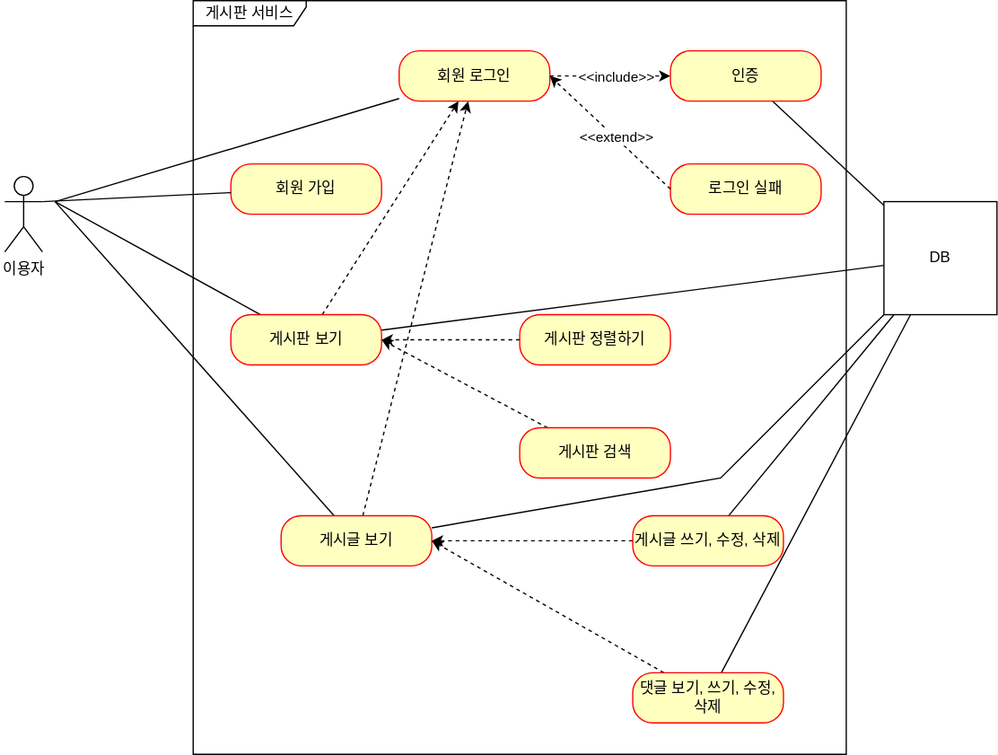
The draw.io diagram document/use-case.svg in keaunsolNa/fast-campus-project-board, before a commit. Source tidied: cells renumbered, new cells last; positions are measured from the earlier drawing's top-left corner, leaving out a move shared by most shapes.
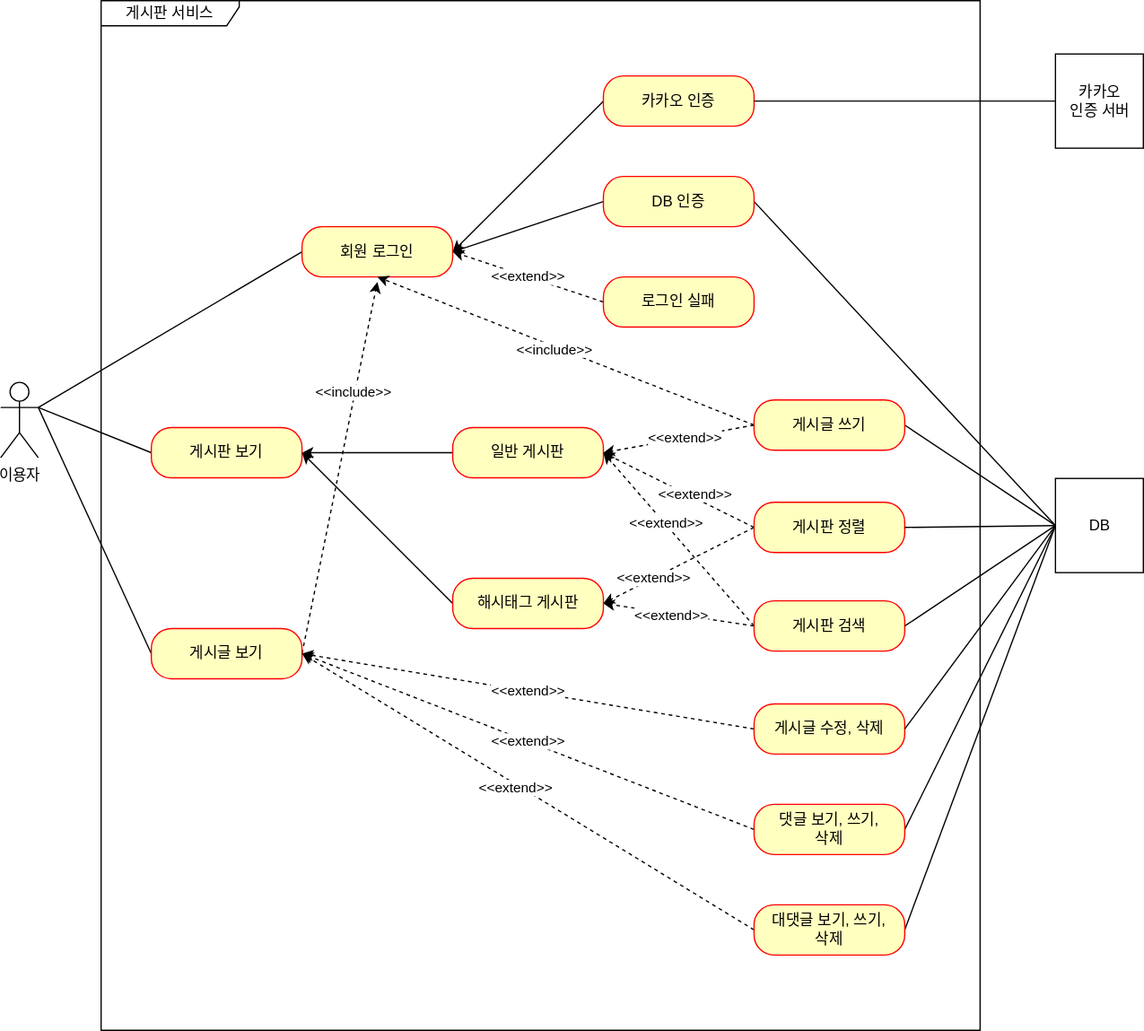
After the change.

Diff of the diagram source:
```diff
@@ -3,110 +3,176 @@
     <mxCell id="0" />
     <mxCell id="1" parent="0" />
     <mxCell id="2" value="이용자" style="shape=umlActor;verticalLabelPosition=bottom;verticalAlign=top;html=1;" parent="1" vertex="1">
-      <mxGeometry y="140" width="30" height="60" as="geometry" />
+      <mxGeometry x="20" y="374" width="30" height="60" as="geometry" />
     </mxCell>
-    <mxCell id="3" value="게시판 서비스" style="shape=umlFrame;whiteSpace=wrap;html=1;width=90;height=20;" parent="1" vertex="1">
-      <mxGeometry x="150" width="520" height="600" as="geometry" />
+    <mxCell id="3" value="게시판 서비스" style="shape=umlFrame;whiteSpace=wrap;html=1;width=110;height=20;" parent="1" vertex="1">
+      <mxGeometry x="100" y="70" width="700" height="820" as="geometry" />
     </mxCell>
-    <mxCell id="4" value="회원 가입" style="rounded=1;whiteSpace=wrap;html=1;arcSize=40;fontColor=#000000;fillColor=#ffffc0;strokeColor=#ff0000;" parent="1" vertex="1">
-      <mxGeometry x="180" y="130" width="120" height="40" as="geometry" />
-    </mxCell>
-    <mxCell id="5" style="rounded=0;jettySize=auto;html=1;endArrow=none;endFill=0;" parent="1" edge="1" source="8">
-      <mxGeometry relative="1" as="geometry">
-        <mxPoint x="40" y="160" as="targetPoint" />
-      </mxGeometry>
-    </mxCell>
-    <mxCell id="6" style="rounded=0;jettySize=auto;html=1;dashed=1;" parent="1" edge="1" source="8" target="16">
-      <mxGeometry relative="1" as="geometry" />
-    </mxCell>
-    <mxCell id="7" style="rounded=0;jettySize=auto;html=1;endArrow=none;endFill=0;" parent="1" edge="1" source="8" target="33">
-      <mxGeometry relative="1" as="geometry" />
-    </mxCell>
+    <mxCell id="34" style="rounded=0;jettySize=auto;html=1;exitX=0;exitY=0.5;exitDx=0;exitDy=0;entryX=1;entryY=0.5;entryDx=0;entryDy=0;" parent="1" edge="1" source="35" target="8">
+      <mxGeometry relative="1" as="geometry" />
+    </mxCell>
+    <mxCell id="35" value="일반 게시판" style="rounded=1;whiteSpace=wrap;html=1;arcSize=40;fontColor=#000000;fillColor=#ffffc0;strokeColor=#ff0000;" parent="1" vertex="1">
+      <mxGeometry x="380" y="410" width="120" height="40" as="geometry" />
+    </mxCell>
+    <mxCell id="36" style="edgeStyle=none;rounded=0;jettySize=auto;html=1;exitX=0;exitY=0.5;exitDx=0;exitDy=0;entryX=1;entryY=0.3333333333333333;entryDx=0;entryDy=0;entryPerimeter=0;endArrow=none;endFill=0;" parent="1" edge="1" source="8" target="2">
+      <mxGeometry relative="1" as="geometry" />
+    </mxCell>
     <mxCell id="8" value="게시판 보기" style="rounded=1;whiteSpace=wrap;html=1;arcSize=40;fontColor=#000000;fillColor=#ffffc0;strokeColor=#ff0000;" parent="1" vertex="1">
-      <mxGeometry x="180" y="250" width="120" height="40" as="geometry" />
+      <mxGeometry x="140" y="410" width="120" height="40" as="geometry" />
     </mxCell>
-    <mxCell id="9" style="rounded=0;jettySize=auto;html=1;endArrow=none;endFill=0;" parent="1" edge="1" source="12">
-      <mxGeometry relative="1" as="geometry">
-        <mxPoint x="40" y="160" as="targetPoint" />
-      </mxGeometry>
-    </mxCell>
-    <mxCell id="10" style="rounded=0;jettySize=auto;html=1;dashed=1;" parent="1" edge="1" source="12" target="16">
-      <mxGeometry relative="1" as="geometry" />
-    </mxCell>
-    <mxCell id="11" style="rounded=0;jettySize=auto;html=1;endArrow=none;endFill=0;" parent="1" edge="1" source="12" target="33">
-      <mxGeometry relative="1" as="geometry">
-        <Array as="points">
-          <mxPoint x="570" y="380" />
-        </Array>
-      </mxGeometry>
-    </mxCell>
+    <mxCell id="37" style="edgeStyle=none;rounded=0;jettySize=auto;html=1;exitX=0;exitY=0.5;exitDx=0;exitDy=0;endArrow=none;endFill=0;" parent="1" edge="1" source="12">
+      <mxGeometry relative="1" as="geometry">
+        <mxPoint x="50" y="394" as="targetPoint" />
+      </mxGeometry>
+    </mxCell>
+    <mxCell id="38" style="edgeStyle=none;rounded=0;jettySize=auto;html=1;exitX=1;exitY=0.5;exitDx=0;exitDy=0;dashed=1;endArrow=classic;endFill=1;" parent="1" edge="1" source="12">
+      <mxGeometry relative="1" as="geometry">
+        <mxPoint x="320" y="294" as="targetPoint" />
+      </mxGeometry>
+    </mxCell>
+    <mxCell id="39" value="&amp;lt;&amp;lt;include&amp;gt;&amp;gt;" style="edgeLabel;html=1;align=center;verticalAlign=middle;" parent="38" vertex="1">
+      <mxGeometry x="0.41" y="2" relative="1" as="geometry" />
+    </mxCell>
     <mxCell id="12" value="게시글 보기" style="rounded=1;whiteSpace=wrap;html=1;arcSize=40;fontColor=#000000;fillColor=#ffffc0;strokeColor=#ff0000;" parent="1" vertex="1">
-      <mxGeometry x="220" y="410" width="120" height="40" as="geometry" />
+      <mxGeometry x="140" y="570" width="120" height="40" as="geometry" />
     </mxCell>
-    <mxCell id="13" style="rounded=0;jettySize=auto;html=1;endArrow=none;endFill=0;" parent="1" edge="1" source="16">
-      <mxGeometry relative="1" as="geometry">
-        <mxPoint x="40" y="160" as="targetPoint" />
-      </mxGeometry>
-    </mxCell>
-    <mxCell id="14" style="edgeStyle=orthogonalEdgeStyle;rounded=0;jettySize=auto;html=1;dashed=1;" parent="1" edge="1" source="16" target="18">
-      <mxGeometry relative="1" as="geometry" />
-    </mxCell>
-    <mxCell id="15" value="&amp;lt;&amp;lt;include&amp;gt;&amp;gt;" style="edgeLabel;html=1;align=center;verticalAlign=middle;" parent="14" vertex="1">
-      <mxGeometry x="0.07" relative="1" as="geometry" />
-    </mxCell>
+    <mxCell id="40" style="edgeStyle=none;rounded=0;jettySize=auto;html=1;exitX=0;exitY=0.5;exitDx=0;exitDy=0;endArrow=none;endFill=0;" parent="1" edge="1" source="16">
+      <mxGeometry relative="1" as="geometry">
+        <mxPoint x="50" y="394" as="targetPoint" />
+      </mxGeometry>
+    </mxCell>
     <mxCell id="16" value="회원 로그인" style="rounded=1;whiteSpace=wrap;html=1;arcSize=40;fontColor=#000000;fillColor=#ffffc0;strokeColor=#ff0000;" parent="1" vertex="1">
-      <mxGeometry x="314" y="40" width="120" height="40" as="geometry" />
+      <mxGeometry x="260" y="250" width="120" height="40" as="geometry" />
     </mxCell>
-    <mxCell id="17" style="rounded=0;jettySize=auto;html=1;endArrow=none;endFill=0;" parent="1" edge="1" source="18" target="33">
-      <mxGeometry relative="1" as="geometry" />
-    </mxCell>
-    <mxCell id="18" value="인증" style="rounded=1;whiteSpace=wrap;html=1;arcSize=40;fontColor=#000000;fillColor=#ffffc0;strokeColor=#ff0000;" parent="1" vertex="1">
-      <mxGeometry x="530" y="40" width="120" height="40" as="geometry" />
-    </mxCell>
+    <mxCell id="41" style="edgeStyle=none;rounded=0;jettySize=auto;html=1;exitX=1;exitY=0.5;exitDx=0;exitDy=0;entryX=0;entryY=0.5;entryDx=0;entryDy=0;endArrow=none;endFill=0;" parent="1" edge="1" source="43" target="33">
+      <mxGeometry relative="1" as="geometry" />
+    </mxCell>
+    <mxCell id="42" style="edgeStyle=none;rounded=0;jettySize=auto;html=1;exitX=0;exitY=0.5;exitDx=0;exitDy=0;entryX=1;entryY=0.5;entryDx=0;entryDy=0;endArrow=classic;endFill=1;" parent="1" edge="1" source="43" target="16">
+      <mxGeometry relative="1" as="geometry" />
+    </mxCell>
+    <mxCell id="43" value="DB 인증" style="rounded=1;whiteSpace=wrap;html=1;arcSize=40;fontColor=#000000;fillColor=#ffffc0;strokeColor=#ff0000;" parent="1" vertex="1">
+      <mxGeometry x="500" y="210" width="120" height="40" as="geometry" />
+    </mxCell>
+    <mxCell id="31" value="&amp;lt;&amp;lt;extend&amp;gt;&amp;gt;" style="edgeStyle=none;rounded=0;jettySize=auto;html=1;exitX=0;exitY=0.5;exitDx=0;exitDy=0;entryX=1;entryY=0.5;entryDx=0;entryDy=0;endArrow=classic;endFill=1;dashed=1;" parent="1" edge="1" source="19" target="16">
+      <mxGeometry relative="1" as="geometry" />
+    </mxCell>
     <mxCell id="19" value="로그인 실패" style="rounded=1;whiteSpace=wrap;html=1;arcSize=40;fontColor=#000000;fillColor=#ffffc0;strokeColor=#ff0000;" parent="1" vertex="1">
-      <mxGeometry x="530" y="130" width="120" height="40" as="geometry" />
+      <mxGeometry x="500" y="290" width="120" height="40" as="geometry" />
     </mxCell>
-    <mxCell id="20" style="rounded=0;jettySize=auto;html=1;dashed=1;" parent="1" edge="1" source="21" target="8">
-      <mxGeometry relative="1" as="geometry" />
-    </mxCell>
-    <mxCell id="21" value="게시판 정렬하기" style="rounded=1;whiteSpace=wrap;html=1;arcSize=40;fontColor=#000000;fillColor=#ffffc0;strokeColor=#ff0000;" parent="1" vertex="1">
-      <mxGeometry x="410" y="250" width="120" height="40" as="geometry" />
-    </mxCell>
-    <mxCell id="22" style="rounded=0;jettySize=auto;html=1;entryX=1;entryY=0.5;entryDx=0;entryDy=0;dashed=1;" parent="1" edge="1" source="23" target="8">
-      <mxGeometry relative="1" as="geometry" />
-    </mxCell>
+    <mxCell id="44" style="edgeStyle=none;rounded=0;jettySize=auto;html=1;exitX=0;exitY=0.5;exitDx=0;exitDy=0;entryX=1;entryY=0.5;entryDx=0;entryDy=0;dashed=1;endArrow=classic;endFill=1;" parent="1" edge="1" source="48" target="35">
+      <mxGeometry relative="1" as="geometry" />
+    </mxCell>
+    <mxCell id="45" value="&amp;lt;&amp;lt;extend&amp;gt;&amp;gt;" style="edgeLabel;html=1;align=center;verticalAlign=middle;" parent="44" vertex="1">
+      <mxGeometry x="-0.18" y="-3" relative="1" as="geometry" />
+    </mxCell>
+    <mxCell id="46" style="edgeStyle=none;rounded=0;jettySize=auto;html=1;exitX=0;exitY=0.5;exitDx=0;exitDy=0;entryX=1;entryY=0.5;entryDx=0;entryDy=0;dashed=1;" parent="1" edge="1" source="48" target="64">
+      <mxGeometry relative="1" as="geometry" />
+    </mxCell>
+    <mxCell id="47" value="&amp;lt;&amp;lt;extend&amp;gt;&amp;gt;" style="edgeLabel;html=1;align=center;verticalAlign=middle;" parent="46" vertex="1">
+      <mxGeometry x="0.33" relative="1" as="geometry">
+        <mxPoint x="-1" as="offset" />
+      </mxGeometry>
+    </mxCell>
+    <mxCell id="48" value="게시판 정렬" style="rounded=1;whiteSpace=wrap;html=1;arcSize=40;fontColor=#000000;fillColor=#ffffc0;strokeColor=#ff0000;" parent="1" vertex="1">
+      <mxGeometry x="620" y="469.5" width="120" height="40" as="geometry" />
+    </mxCell>
+    <mxCell id="49" style="edgeStyle=none;rounded=0;jettySize=auto;html=1;exitX=0;exitY=0.5;exitDx=0;exitDy=0;dashed=1;endArrow=classic;endFill=1;entryX=1;entryY=0.5;entryDx=0;entryDy=0;" parent="1" edge="1" source="23" target="35">
+      <mxGeometry relative="1" as="geometry" />
+    </mxCell>
+    <mxCell id="50" value="&amp;lt;&amp;lt;extend&amp;gt;&amp;gt;" style="edgeLabel;html=1;align=center;verticalAlign=middle;" parent="49" vertex="1">
+      <mxGeometry x="0.18" y="-1" relative="1" as="geometry" />
+    </mxCell>
+    <mxCell id="51" style="edgeStyle=none;rounded=0;jettySize=auto;html=1;exitX=0;exitY=0.5;exitDx=0;exitDy=0;entryX=1;entryY=0.5;entryDx=0;entryDy=0;dashed=1;" parent="1" edge="1" source="23" target="64">
+      <mxGeometry relative="1" as="geometry" />
+    </mxCell>
+    <mxCell id="52" value="&amp;lt;&amp;lt;extend&amp;gt;&amp;gt;" style="edgeLabel;html=1;align=center;verticalAlign=middle;" parent="51" vertex="1">
+      <mxGeometry x="0.11" y="2" relative="1" as="geometry">
+        <mxPoint x="1" as="offset" />
+      </mxGeometry>
+    </mxCell>
     <mxCell id="23" value="게시판 검색" style="rounded=1;whiteSpace=wrap;html=1;arcSize=40;fontColor=#000000;fillColor=#ffffc0;strokeColor=#ff0000;" parent="1" vertex="1">
-      <mxGeometry x="410" y="340" width="120" height="40" as="geometry" />
+      <mxGeometry x="620" y="548" width="120" height="40" as="geometry" />
     </mxCell>
-    <mxCell id="24" style="rounded=0;jettySize=auto;html=1;entryX=1;entryY=0.5;entryDx=0;entryDy=0;dashed=1;" parent="1" edge="1" source="26" target="12">
-      <mxGeometry relative="1" as="geometry" />
-    </mxCell>
-    <mxCell id="25" style="rounded=0;jettySize=auto;html=1;endArrow=none;endFill=0;" parent="1" edge="1" source="26" target="33">
-      <mxGeometry relative="1" as="geometry" />
-    </mxCell>
-    <mxCell id="26" value="게시글 쓰기, 수정, 삭제" style="rounded=1;whiteSpace=wrap;html=1;arcSize=40;fontColor=#000000;fillColor=#ffffc0;strokeColor=#ff0000;" parent="1" vertex="1">
-      <mxGeometry x="500" y="410" width="120" height="40" as="geometry" />
-    </mxCell>
-    <mxCell id="27" style="rounded=0;jettySize=auto;html=1;entryX=1;entryY=0.5;entryDx=0;entryDy=0;dashed=1;" parent="1" edge="1" source="29" target="12">
-      <mxGeometry relative="1" as="geometry" />
-    </mxCell>
-    <mxCell id="28" style="rounded=0;jettySize=auto;html=1;endArrow=none;endFill=0;" parent="1" edge="1" source="29" target="33">
-      <mxGeometry relative="1" as="geometry" />
-    </mxCell>
-    <mxCell id="29" value="댓글 보기, 쓰기, 수정, 삭제" style="rounded=1;whiteSpace=wrap;html=1;arcSize=40;fontColor=#000000;fillColor=#ffffc0;strokeColor=#ff0000;" parent="1" vertex="1">
-      <mxGeometry x="500" y="535" width="120" height="40" as="geometry" />
-    </mxCell>
-    <mxCell id="30" style="rounded=0;jettySize=auto;html=1;entryX=1;entryY=0.3333333333333333;entryDx=0;entryDy=0;entryPerimeter=0;endArrow=none;endFill=0;" parent="1" edge="1" source="4" target="2">
-      <mxGeometry relative="1" as="geometry" />
-    </mxCell>
-    <mxCell id="31" style="rounded=0;jettySize=auto;html=1;entryX=1;entryY=0.5;entryDx=0;entryDy=0;endArrow=classic;endFill=1;exitX=0;exitY=0.5;exitDx=0;exitDy=0;dashed=1;" parent="1" edge="1" source="19" target="16">
-      <mxGeometry relative="1" as="geometry" />
-    </mxCell>
-    <mxCell id="32" value="&amp;lt;&amp;lt;extend&amp;gt;&amp;gt;" style="edgeLabel;html=1;align=center;verticalAlign=middle;" parent="31" vertex="1">
-      <mxGeometry x="-0.08" y="-1" relative="1" as="geometry" />
-    </mxCell>
+    <mxCell id="53" value="&amp;lt;&amp;lt;extend&amp;gt;&amp;gt;" style="edgeStyle=none;rounded=0;jettySize=auto;html=1;exitX=0;exitY=0.5;exitDx=0;exitDy=0;entryX=1;entryY=0.5;entryDx=0;entryDy=0;dashed=1;endArrow=classic;endFill=1;" parent="1" edge="1" source="54" target="12">
+      <mxGeometry relative="1" as="geometry" />
+    </mxCell>
+    <mxCell id="54" value="게시글 수정, 삭제" style="rounded=1;whiteSpace=wrap;html=1;arcSize=40;fontColor=#000000;fillColor=#ffffc0;strokeColor=#ff0000;" parent="1" vertex="1">
+      <mxGeometry x="620" y="630" width="120" height="40" as="geometry" />
+    </mxCell>
+    <mxCell id="55" style="edgeStyle=none;rounded=0;jettySize=auto;html=1;exitX=0;exitY=0.5;exitDx=0;exitDy=0;dashed=1;endArrow=classic;endFill=1;entryX=1;entryY=0.5;entryDx=0;entryDy=0;" parent="1" edge="1" source="58" target="12">
+      <mxGeometry relative="1" as="geometry" />
+    </mxCell>
+    <mxCell id="56" value="&amp;lt;&amp;lt;extend&amp;gt;&amp;gt;" style="edgeLabel;html=1;align=center;verticalAlign=middle;" parent="55" vertex="1">
+      <mxGeometry x="0.01" relative="1" as="geometry" />
+    </mxCell>
+    <mxCell id="57" style="edgeStyle=none;rounded=0;jettySize=auto;html=1;exitX=1;exitY=0.5;exitDx=0;exitDy=0;endArrow=none;endFill=0;entryX=0;entryY=0.5;entryDx=0;entryDy=0;" parent="1" edge="1" source="58" target="33">
+      <mxGeometry relative="1" as="geometry" />
+    </mxCell>
+    <mxCell id="58" value="댓글 보기, 쓰기,&lt;br&gt;삭제" style="rounded=1;whiteSpace=wrap;html=1;arcSize=40;fontColor=#000000;fillColor=#ffffc0;strokeColor=#ff0000;" parent="1" vertex="1">
+      <mxGeometry x="620" y="710" width="120" height="40" as="geometry" />
+    </mxCell>
+    <mxCell id="59" style="edgeStyle=none;rounded=0;jettySize=auto;html=1;exitX=0;exitY=0.5;exitDx=0;exitDy=0;entryX=1;entryY=0.5;entryDx=0;entryDy=0;endArrow=none;endFill=0;" parent="1" edge="1" source="33" target="54">
+      <mxGeometry relative="1" as="geometry" />
+    </mxCell>
+    <mxCell id="60" style="edgeStyle=none;rounded=0;jettySize=auto;html=1;exitX=0;exitY=0.5;exitDx=0;exitDy=0;entryX=1;entryY=0.5;entryDx=0;entryDy=0;endArrow=none;endFill=0;" parent="1" edge="1" source="33" target="23">
+      <mxGeometry relative="1" as="geometry" />
+    </mxCell>
+    <mxCell id="61" style="edgeStyle=none;rounded=0;jettySize=auto;html=1;exitX=0;exitY=0.5;exitDx=0;exitDy=0;entryX=1;entryY=0.5;entryDx=0;entryDy=0;endArrow=none;endFill=0;" parent="1" edge="1" source="33" target="48">
+      <mxGeometry relative="1" as="geometry" />
+    </mxCell>
+    <mxCell id="62" style="edgeStyle=none;rounded=0;jettySize=auto;html=1;exitX=0;exitY=0.5;exitDx=0;exitDy=0;entryX=1;entryY=0.5;entryDx=0;entryDy=0;endArrow=none;endFill=0;" parent="1" edge="1" source="33" target="70">
+      <mxGeometry relative="1" as="geometry" />
+    </mxCell>
-    <mxCell id="33" value="DB" style="html=1;whiteSpace=wrap;" parent="1" vertex="1">
-      <mxGeometry x="700" y="160" width="90" height="90" as="geometry" />
+    <mxCell id="33" value="DB" style="html=1;" parent="1" vertex="1">
+      <mxGeometry x="860" y="450.5" width="70" height="75" as="geometry" />
     </mxCell>
+    <mxCell id="63" style="jettySize=auto;html=1;exitX=0;exitY=0.5;exitDx=0;exitDy=0;entryX=1;entryY=0.5;entryDx=0;entryDy=0;rounded=0;" parent="1" edge="1" source="64" target="8">
+      <mxGeometry relative="1" as="geometry" />
+    </mxCell>
+    <mxCell id="64" value="해시태그 게시판" style="rounded=1;whiteSpace=wrap;html=1;arcSize=40;fontColor=#000000;fillColor=#ffffc0;strokeColor=#ff0000;" parent="1" vertex="1">
+      <mxGeometry x="380" y="530" width="120" height="40" as="geometry" />
+    </mxCell>
+    <mxCell id="65" style="edgeStyle=none;rounded=0;orthogonalLoop=1;jettySize=auto;html=1;exitX=0;exitY=0.5;exitDx=0;exitDy=0;" parent="1" edge="1" source="23" target="23">
+      <mxGeometry relative="1" as="geometry" />
+    </mxCell>
+    <mxCell id="66" style="edgeStyle=none;rounded=0;jettySize=auto;html=1;exitX=0;exitY=0.5;exitDx=0;exitDy=0;entryX=1;entryY=0.5;entryDx=0;entryDy=0;dashed=1;" parent="1" edge="1" source="70" target="35">
+      <mxGeometry relative="1" as="geometry" />
+    </mxCell>
+    <mxCell id="67" value="&amp;lt;&amp;lt;extend&amp;gt;&amp;gt;" style="edgeLabel;html=1;align=center;verticalAlign=middle;" parent="66" vertex="1">
+      <mxGeometry x="-0.09" y="-1" relative="1" as="geometry" />
+    </mxCell>
+    <mxCell id="68" style="edgeStyle=none;rounded=0;jettySize=auto;html=1;exitX=0;exitY=0.5;exitDx=0;exitDy=0;entryX=0.5;entryY=1;entryDx=0;entryDy=0;endArrow=classic;endFill=1;dashed=1;" parent="1" edge="1" source="70" target="16">
+      <mxGeometry relative="1" as="geometry" />
+    </mxCell>
+    <mxCell id="69" value="&amp;lt;&amp;lt;include&amp;gt;&amp;gt;" style="edgeLabel;html=1;align=center;verticalAlign=middle;" parent="68" vertex="1">
+      <mxGeometry x="0.06" y="2" relative="1" as="geometry" />
+    </mxCell>
+    <mxCell id="70" value="게시글 쓰기" style="rounded=1;whiteSpace=wrap;html=1;arcSize=40;fontColor=#000000;fillColor=#ffffc0;strokeColor=#ff0000;" parent="1" vertex="1">
+      <mxGeometry x="620" y="388" width="120" height="40" as="geometry" />
+    </mxCell>
+    <mxCell id="71" style="edgeStyle=none;rounded=0;jettySize=auto;html=1;exitX=0;exitY=0.5;exitDx=0;exitDy=0;entryX=1;entryY=0.5;entryDx=0;entryDy=0;endArrow=classic;endFill=1;dashed=1;" parent="1" edge="1" source="74" target="12">
+      <mxGeometry relative="1" as="geometry" />
+    </mxCell>
+    <mxCell id="72" value="&amp;lt;&amp;lt;extend&amp;gt;&amp;gt;" style="edgeLabel;html=1;align=center;verticalAlign=middle;" parent="71" vertex="1">
+      <mxGeometry x="0.05" y="3" relative="1" as="geometry" />
+    </mxCell>
+    <mxCell id="73" style="edgeStyle=none;rounded=0;jettySize=auto;html=1;exitX=1;exitY=0.5;exitDx=0;exitDy=0;entryX=0;entryY=0.5;entryDx=0;entryDy=0;endArrow=none;endFill=0;" parent="1" edge="1" source="74" target="33">
+      <mxGeometry relative="1" as="geometry" />
+    </mxCell>
+    <mxCell id="74" value="대댓글 보기, 쓰기,&lt;br&gt;삭제" style="rounded=1;whiteSpace=wrap;html=1;arcSize=40;fontColor=#000000;fillColor=#ffffc0;strokeColor=#ff0000;" parent="1" vertex="1">
+      <mxGeometry x="620" y="790" width="120" height="40" as="geometry" />
+    </mxCell>
+    <mxCell id="75" style="rounded=0;jettySize=auto;html=1;exitX=0;exitY=0.5;exitDx=0;exitDy=0;entryX=1;entryY=0.5;entryDx=0;entryDy=0;endArrow=classic;endFill=1;" parent="1" edge="1" source="76" target="16">
+      <mxGeometry relative="1" as="geometry" />
+    </mxCell>
+    <mxCell id="76" value="카카오 인증" style="rounded=1;whiteSpace=wrap;html=1;arcSize=40;fontColor=#000000;fillColor=#ffffc0;strokeColor=#ff0000;" parent="1" vertex="1">
+      <mxGeometry x="500" y="130" width="120" height="40" as="geometry" />
+    </mxCell>
+    <mxCell id="77" style="edgeStyle=orthogonalEdgeStyle;rounded=0;jettySize=auto;html=1;exitX=0;exitY=0.5;exitDx=0;exitDy=0;entryX=1;entryY=0.5;entryDx=0;entryDy=0;endArrow=none;endFill=0;" parent="1" edge="1" source="78" target="76">
+      <mxGeometry relative="1" as="geometry" />
+    </mxCell>
+    <mxCell id="78" value="카카오&lt;br&gt;인증 서버" style="html=1;" parent="1" vertex="1">
+      <mxGeometry x="860" y="112.5" width="70" height="75" as="geometry" />
+    </mxCell>
   </root>
 </mxGraphModel>
```
